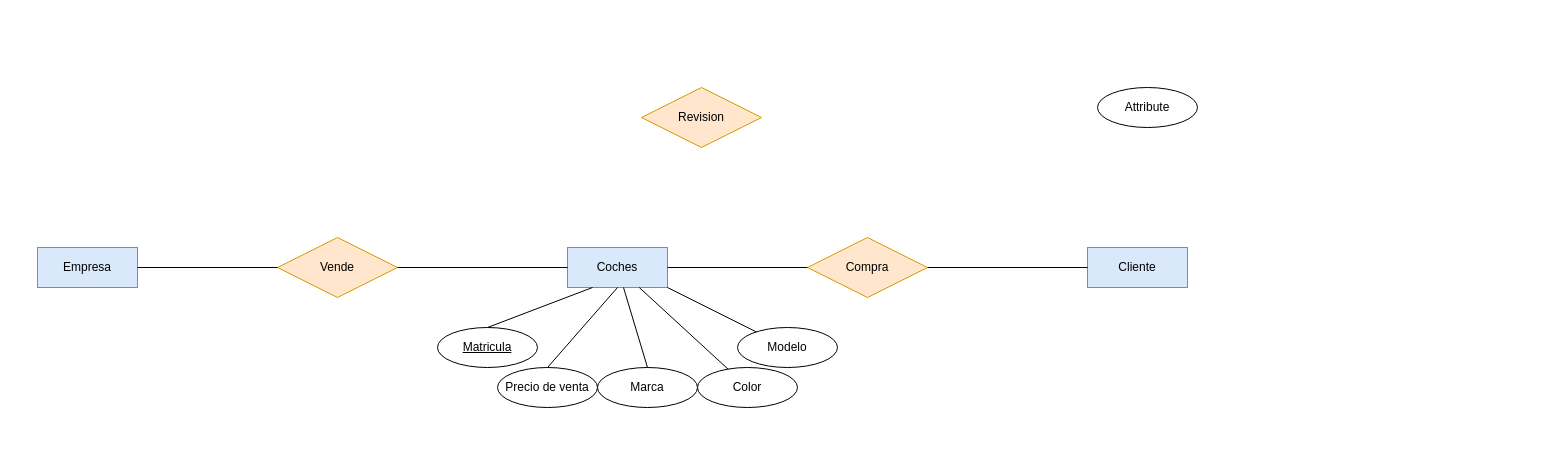
Earlier version of the draw.io diagram Unidad1/Tareas/Tarea 6/Diagrama sin título.drawio (JVC0/Base-Datos). Source tidied: cells renumbered, new cells numbered last; positions are measured from the earlier drawing's top-left corner, leaving out a move shared by most shapes. Both pictures are drawn from the tidied source at 100%, with x=0, y=0 at pixel (37, 87).
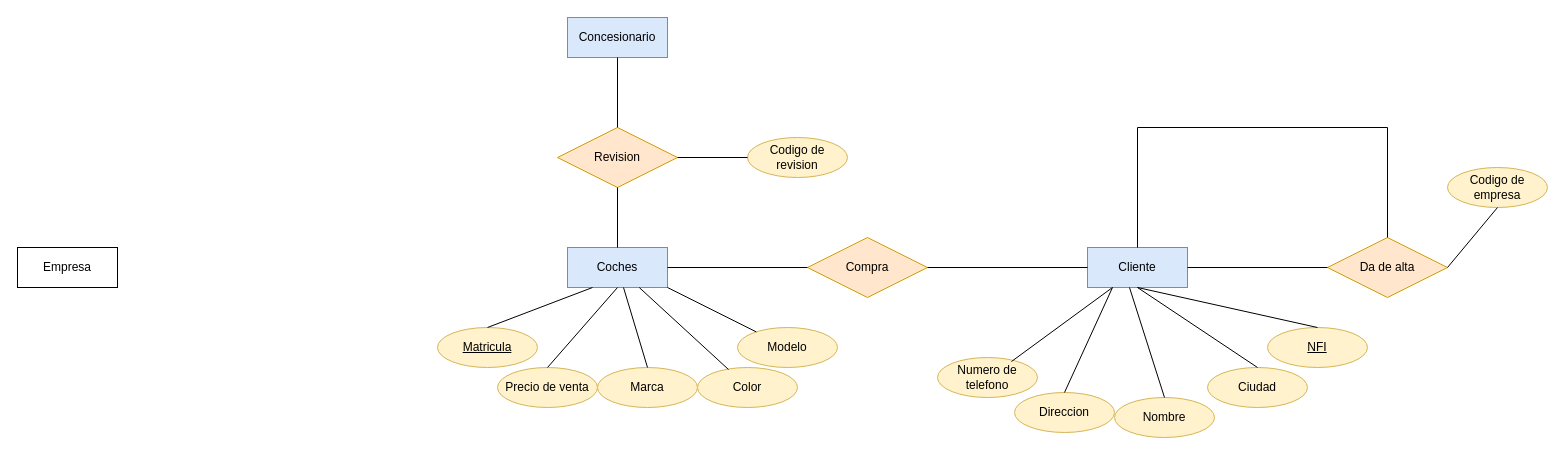
Above is the later version.

The change refers to these unchanged cells:
```xml
<mxCell id="2" value="Cliente" style="whiteSpace=wrap;html=1;align=center;fillColor=#dae8fc;strokeColor=#6c8ebf;" parent="1" vertex="1">
  <mxGeometry x="1050" y="160" width="100" height="40" as="geometry" />
</mxCell>
<mxCell id="3" value="Coches" style="whiteSpace=wrap;html=1;align=center;fillColor=#dae8fc;strokeColor=#6c8ebf;" parent="1" vertex="1">
  <mxGeometry x="530" y="160" width="100" height="40" as="geometry" />
</mxCell>
```

Diff of the diagram source:
```diff
@@
-    <mxCell id="4" value="Empresa" style="whiteSpace=wrap;html=1;align=center;fillColor=#dae8fc;strokeColor=#6c8ebf;" parent="1" vertex="1">
-      <mxGeometry y="160" width="100" height="40" as="geometry" />
-    </mxCell>
@@
-    <mxCell id="6" value="Vende" style="shape=rhombus;perimeter=rhombusPerimeter;whiteSpace=wrap;html=1;align=center;fillColor=#ffe6cc;strokeColor=#d79b00;" parent="1" vertex="1">
-      <mxGeometry x="240" y="150" width="120" height="60" as="geometry" />
-    </mxCell>
     <mxCell id="7" value="&lt;div&gt;Revision&lt;/div&gt;" style="shape=rhombus;perimeter=rhombusPerimeter;whiteSpace=wrap;html=1;align=center;fillColor=#ffe6cc;strokeColor=#d79b00;" parent="1" vertex="1">
-      <mxGeometry x="604" width="120" height="60" as="geometry" />
+      <mxGeometry x="520" y="40" width="120" height="60" as="geometry" />
     </mxCell>
-    <mxCell id="8" style="endArrow=none;html=1;rounded=0;entryX=1;entryY=0.5;entryDx=0;entryDy=0;" parent="1" edge="1" source="6" target="4">
-      <mxGeometry relative="1" as="geometry" />
-    </mxCell>
-    <mxCell id="9" style="endArrow=none;html=1;rounded=0;entryX=1;entryY=0.5;entryDx=0;entryDy=0;exitX=0;exitY=0.5;exitDx=0;exitDy=0;" parent="1" edge="1" source="3" target="6">
-      <mxGeometry relative="1" as="geometry" />
-    </mxCell>
@@
-    <mxCell id="12" value="Modelo" style="ellipse;whiteSpace=wrap;html=1;align=center;" parent="1" vertex="1">
+    <mxCell id="12" value="Modelo" style="ellipse;whiteSpace=wrap;html=1;align=center;fillColor=#fff2cc;strokeColor=#d6b656;" parent="1" vertex="1">
       <mxGeometry x="700" y="240" width="100" height="40" as="geometry" />
     </mxCell>
-    <mxCell id="13" value="Color" style="ellipse;whiteSpace=wrap;html=1;align=center;" parent="1" vertex="1">
+    <mxCell id="13" value="Color" style="ellipse;whiteSpace=wrap;html=1;align=center;fillColor=#fff2cc;strokeColor=#d6b656;" parent="1" vertex="1">
       <mxGeometry x="660" y="280" width="100" height="40" as="geometry" />
     </mxCell>
-    <mxCell id="14" value="Marca" style="ellipse;whiteSpace=wrap;html=1;align=center;" parent="1" vertex="1">
+    <mxCell id="14" value="Marca" style="ellipse;whiteSpace=wrap;html=1;align=center;fillColor=#fff2cc;strokeColor=#d6b656;" parent="1" vertex="1">
       <mxGeometry x="560" y="280" width="100" height="40" as="geometry" />
     </mxCell>
-    <mxCell id="15" value="Matricula" style="ellipse;whiteSpace=wrap;html=1;align=center;fontStyle=4;" parent="1" vertex="1">
+    <mxCell id="15" value="Matricula" style="ellipse;whiteSpace=wrap;html=1;align=center;fontStyle=4;fillColor=#fff2cc;strokeColor=#d6b656;" parent="1" vertex="1">
       <mxGeometry x="400" y="240" width="100" height="40" as="geometry" />
     </mxCell>
-    <mxCell id="16" value="Precio de venta" style="ellipse;whiteSpace=wrap;html=1;align=center;" parent="1" vertex="1">
+    <mxCell id="16" value="Precio de venta" style="ellipse;whiteSpace=wrap;html=1;align=center;fillColor=#fff2cc;strokeColor=#d6b656;" parent="1" vertex="1">
       <mxGeometry x="460" y="280" width="100" height="40" as="geometry" />
     </mxCell>
-    <mxCell id="17" value="Attribute" style="ellipse;whiteSpace=wrap;html=1;align=center;" parent="1" vertex="1">
-      <mxGeometry x="1060" width="100" height="40" as="geometry" />
-    </mxCell>
@@
+    <mxCell id="23" value="NFI" style="ellipse;whiteSpace=wrap;html=1;align=center;fontStyle=4;fillColor=#fff2cc;strokeColor=#d6b656;" parent="1" vertex="1">
+      <mxGeometry x="1230" y="240" width="100" height="40" as="geometry" />
+    </mxCell>
+    <mxCell id="24" value="Direccion" style="ellipse;whiteSpace=wrap;html=1;align=center;fillColor=#fff2cc;strokeColor=#d6b656;" parent="1" vertex="1">
+      <mxGeometry x="977" y="305" width="100" height="40" as="geometry" />
+    </mxCell>
+    <mxCell id="25" value="Ciudad" style="ellipse;whiteSpace=wrap;html=1;align=center;fillColor=#fff2cc;strokeColor=#d6b656;" parent="1" vertex="1">
+      <mxGeometry x="1170" y="280" width="100" height="40" as="geometry" />
+    </mxCell>
+    <mxCell id="26" value="Nombre" style="ellipse;whiteSpace=wrap;html=1;align=center;fillColor=#fff2cc;strokeColor=#d6b656;" parent="1" vertex="1">
+      <mxGeometry x="1077" y="310" width="100" height="40" as="geometry" />
+    </mxCell>
+    <mxCell id="27" value="Numero de telefono" style="ellipse;whiteSpace=wrap;html=1;align=center;fillColor=#fff2cc;strokeColor=#d6b656;" parent="1" vertex="1">
+      <mxGeometry x="900" y="270" width="100" height="40" as="geometry" />
+    </mxCell>
+    <mxCell id="4" value="Empresa" style="whiteSpace=wrap;html=1;align=center;" parent="1" vertex="1">
+      <mxGeometry x="-20" y="160" width="100" height="40" as="geometry" />
+    </mxCell>
+    <mxCell id="28" value="Da de alta" style="shape=rhombus;perimeter=rhombusPerimeter;whiteSpace=wrap;html=1;align=center;fillColor=#ffe6cc;strokeColor=#d79b00;" parent="1" vertex="1">
+      <mxGeometry x="1290" y="150" width="120" height="60" as="geometry" />
+    </mxCell>
+    <mxCell id="29" style="endArrow=none;html=1;rounded=0;entryX=0;entryY=0.5;entryDx=0;entryDy=0;exitX=1;exitY=0.5;exitDx=0;exitDy=0;" parent="1" edge="1" source="2" target="28">
+      <mxGeometry relative="1" as="geometry" />
+    </mxCell>
+    <mxCell id="30" style="endArrow=none;html=1;rounded=0;entryX=0.5;entryY=0;entryDx=0;entryDy=0;exitX=0.5;exitY=0;exitDx=0;exitDy=0;" parent="1" edge="1" source="2" target="28">
+      <mxGeometry relative="1" as="geometry">
+        <Array as="points">
+          <mxPoint x="1100" y="40" />
+          <mxPoint x="1350" y="40" />
+        </Array>
+      </mxGeometry>
+    </mxCell>
+    <mxCell id="31" value="Codigo de empresa" style="ellipse;whiteSpace=wrap;html=1;align=center;fillColor=#fff2cc;strokeColor=#d6b656;" parent="1" vertex="1">
+      <mxGeometry x="1410" y="80" width="100" height="40" as="geometry" />
+    </mxCell>
+    <mxCell id="32" style="endArrow=none;html=1;rounded=0;entryX=0.5;entryY=1;entryDx=0;entryDy=0;exitX=1;exitY=0.5;exitDx=0;exitDy=0;" parent="1" edge="1" source="28" target="31">
+      <mxGeometry relative="1" as="geometry" />
+    </mxCell>
+    <mxCell id="33" style="endArrow=none;html=1;rounded=0;entryX=0.42;entryY=1;entryDx=0;entryDy=0;entryPerimeter=0;exitX=0.5;exitY=0;exitDx=0;exitDy=0;" parent="1" edge="1" source="26" target="2">
+      <mxGeometry relative="1" as="geometry" />
+    </mxCell>
+    <mxCell id="34" style="endArrow=none;html=1;rounded=0;entryX=0.5;entryY=1;entryDx=0;entryDy=0;exitX=0.5;exitY=0;exitDx=0;exitDy=0;" parent="1" edge="1" source="25" target="2">
+      <mxGeometry relative="1" as="geometry" />
+    </mxCell>
+    <mxCell id="35" style="endArrow=none;html=1;rounded=0;exitX=0.5;exitY=1;exitDx=0;exitDy=0;" parent="1" edge="1" source="2">
+      <mxGeometry relative="1" as="geometry">
+        <mxPoint x="1280" y="240" as="targetPoint" />
+      </mxGeometry>
+    </mxCell>
+    <mxCell id="36" style="endArrow=none;html=1;rounded=0;exitX=0.5;exitY=0;exitDx=0;exitDy=0;entryX=0.25;entryY=1;entryDx=0;entryDy=0;" parent="1" edge="1" source="24" target="2">
+      <mxGeometry relative="1" as="geometry" />
+    </mxCell>
+    <mxCell id="37" style="endArrow=none;html=1;rounded=0;exitX=0.74;exitY=0.1;exitDx=0;exitDy=0;exitPerimeter=0;entryX=0.25;entryY=1;entryDx=0;entryDy=0;" parent="1" edge="1" source="27" target="2">
+      <mxGeometry relative="1" as="geometry" />
+    </mxCell>
+    <mxCell id="38" value="&lt;div&gt;Concesionario&lt;/div&gt;" style="whiteSpace=wrap;html=1;align=center;fillColor=#dae8fc;strokeColor=#6c8ebf;" parent="1" vertex="1">
+      <mxGeometry x="530" y="-70" width="100" height="40" as="geometry" />
+    </mxCell>
+    <mxCell id="39" style="endArrow=none;html=1;rounded=0;entryX=0.5;entryY=1;entryDx=0;entryDy=0;exitX=0.5;exitY=0;exitDx=0;exitDy=0;" parent="1" edge="1" source="3" target="7">
+      <mxGeometry relative="1" as="geometry" />
+    </mxCell>
+    <mxCell id="40" style="endArrow=none;html=1;rounded=0;entryX=0.5;entryY=1;entryDx=0;entryDy=0;" parent="1" edge="1" source="7" target="38">
+      <mxGeometry relative="1" as="geometry" />
+    </mxCell>
+    <mxCell id="41" value="Codigo de revision" style="ellipse;whiteSpace=wrap;html=1;align=center;fillColor=#fff2cc;strokeColor=#d6b656;" parent="1" vertex="1">
+      <mxGeometry x="710" y="50" width="100" height="40" as="geometry" />
+    </mxCell>
+    <mxCell id="42" style="endArrow=none;html=1;rounded=0;exitX=1;exitY=0.5;exitDx=0;exitDy=0;entryX=0;entryY=0.5;entryDx=0;entryDy=0;" parent="1" edge="1" source="7" target="41">
+      <mxGeometry relative="1" as="geometry" />
+    </mxCell>
```
